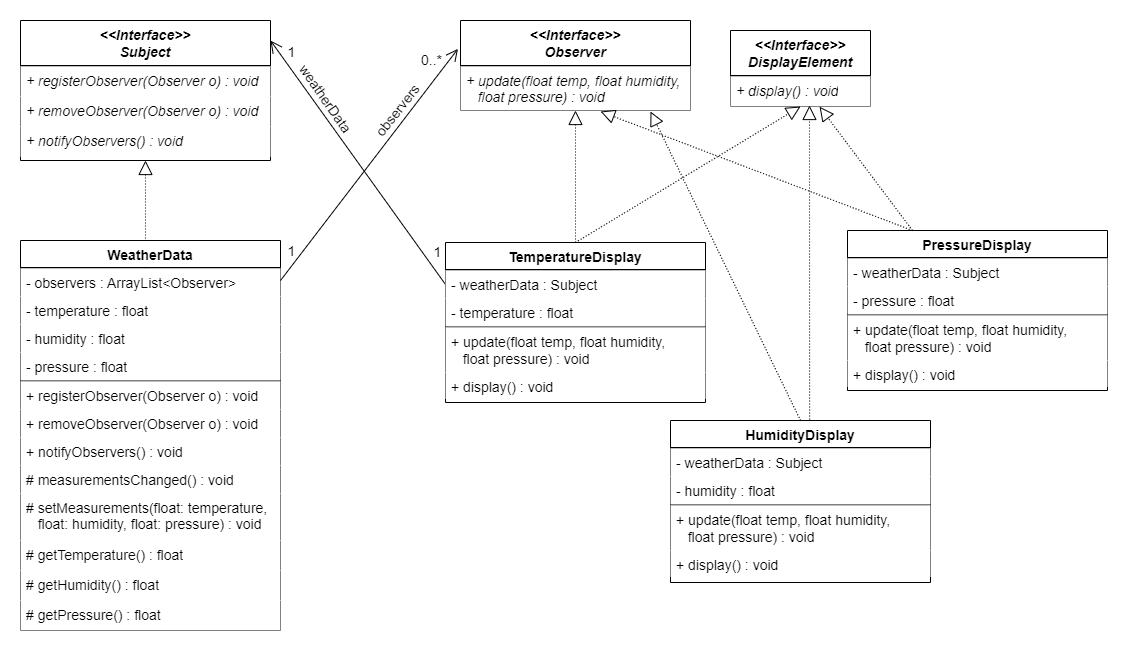
This is src/main/java/DesignPatterns/observer/first/Observer1.png from jtjin/DesignPatterns, a draw.io export, as it was before one commit. Source tidied: cells renumbered, new cells last; positions are measured from the earlier drawing's top-left corner, leaving out a move shared by most shapes.
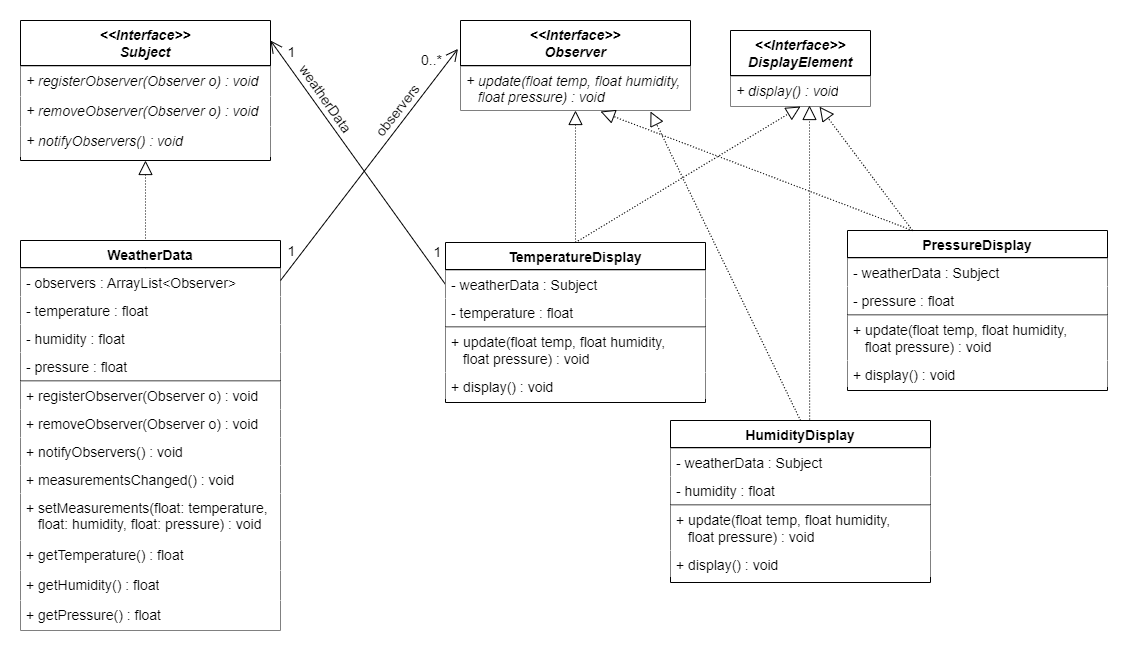
After the change.

Commit message:
Update Observer Pattern

What changed in the source:
```diff
@@ -55,19 +55,19 @@
     <mxCell id="18" value="+ notifyObservers() : void" style="text;align=left;verticalAlign=top;spacingLeft=4;spacingRight=4;overflow=hidden;fontFamily=Helvetica;fontSize=14;labelBackgroundColor=#ffffff;fillColor=#ffffff;fontStyle=0;" parent="9" vertex="1">
       <mxGeometry y="197" width="260" height="28" as="geometry" />
     </mxCell>
-    <mxCell id="19" value="# measurementsChanged() : void" style="text;align=left;verticalAlign=top;spacingLeft=4;spacingRight=4;overflow=hidden;fontFamily=Helvetica;fontSize=14;labelBackgroundColor=#ffffff;fillColor=#ffffff;fontStyle=0;" parent="9" vertex="1">
+    <mxCell id="19" value="+ measurementsChanged() : void" style="text;align=left;verticalAlign=top;spacingLeft=4;spacingRight=4;overflow=hidden;fontFamily=Helvetica;fontSize=14;labelBackgroundColor=#ffffff;fillColor=#ffffff;fontStyle=0;" parent="9" vertex="1">
       <mxGeometry y="225" width="260" height="28" as="geometry" />
     </mxCell>
-    <mxCell id="20" value="# setMeasurements(float: temperature,&#10;   float: humidity, float: pressure) : void" style="text;align=left;verticalAlign=top;spacingLeft=4;spacingRight=4;overflow=hidden;fontFamily=Helvetica;fontSize=14;labelBackgroundColor=#ffffff;fillColor=#ffffff;fontStyle=0;whiteSpace=wrap;" parent="9" vertex="1">
+    <mxCell id="20" value="+ setMeasurements(float: temperature,&#10;   float: humidity, float: pressure) : void" style="text;align=left;verticalAlign=top;spacingLeft=4;spacingRight=4;overflow=hidden;fontFamily=Helvetica;fontSize=14;labelBackgroundColor=#ffffff;fillColor=#ffffff;fontStyle=0;whiteSpace=wrap;" parent="9" vertex="1">
       <mxGeometry y="253" width="260" height="47" as="geometry" />
     </mxCell>
-    <mxCell id="21" value="# getTemperature() : float" style="text;align=left;verticalAlign=top;spacingLeft=4;spacingRight=4;overflow=hidden;fontFamily=Helvetica;fontSize=14;labelBackgroundColor=#ffffff;fillColor=#ffffff;fontStyle=0;whiteSpace=wrap;" parent="9" vertex="1">
+    <mxCell id="21" value="+ getTemperature() : float" style="text;align=left;verticalAlign=top;spacingLeft=4;spacingRight=4;overflow=hidden;fontFamily=Helvetica;fontSize=14;labelBackgroundColor=#ffffff;fillColor=#ffffff;fontStyle=0;whiteSpace=wrap;" parent="9" vertex="1">
       <mxGeometry y="300" width="260" height="30" as="geometry" />
     </mxCell>
-    <mxCell id="22" value="# getHumidity() : float" style="text;align=left;verticalAlign=top;spacingLeft=4;spacingRight=4;overflow=hidden;fontFamily=Helvetica;fontSize=14;labelBackgroundColor=#ffffff;fillColor=#ffffff;fontStyle=0;whiteSpace=wrap;" parent="9" vertex="1">
+    <mxCell id="22" value="+ getHumidity() : float" style="text;align=left;verticalAlign=top;spacingLeft=4;spacingRight=4;overflow=hidden;fontFamily=Helvetica;fontSize=14;labelBackgroundColor=#ffffff;fillColor=#ffffff;fontStyle=0;whiteSpace=wrap;" parent="9" vertex="1">
       <mxGeometry y="330" width="260" height="30" as="geometry" />
     </mxCell>
-    <mxCell id="23" value="# getPressure() : float" style="text;align=left;verticalAlign=top;spacingLeft=4;spacingRight=4;overflow=hidden;fontFamily=Helvetica;fontSize=14;labelBackgroundColor=#ffffff;fillColor=#ffffff;fontStyle=0;whiteSpace=wrap;" parent="9" vertex="1">
+    <mxCell id="23" value="+ getPressure() : float" style="text;align=left;verticalAlign=top;spacingLeft=4;spacingRight=4;overflow=hidden;fontFamily=Helvetica;fontSize=14;labelBackgroundColor=#ffffff;fillColor=#ffffff;fontStyle=0;whiteSpace=wrap;" parent="9" vertex="1">
       <mxGeometry y="360" width="260" height="30" as="geometry" />
     </mxCell>
     <mxCell id="24" value="&lt;&lt;Interface&gt;&gt;&#10;Subject" style="swimlane;fontStyle=3;align=center;verticalAlign=top;horizontal=1;startSize=45;rounded=0;shadow=0;strokeWidth=1;fontFamily=Helvetica;fontSize=14;labelBackgroundColor=#FFFFFF;" parent="2" vertex="1">
```
